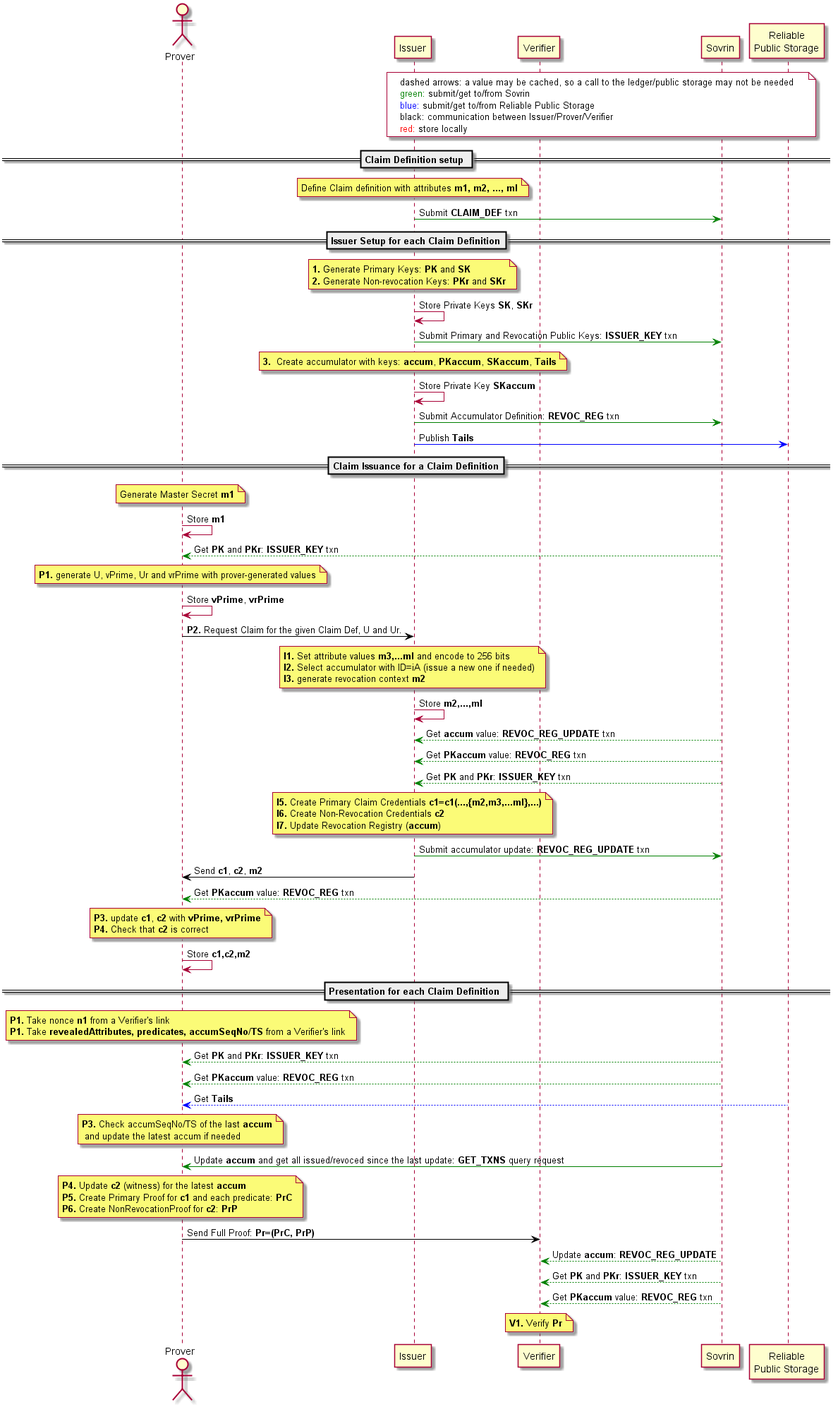
This is docs/diagrams/anoncred_seq.png from hyperledger-archives/indy-anoncreds, a PlantUML export, as it was before one commit.
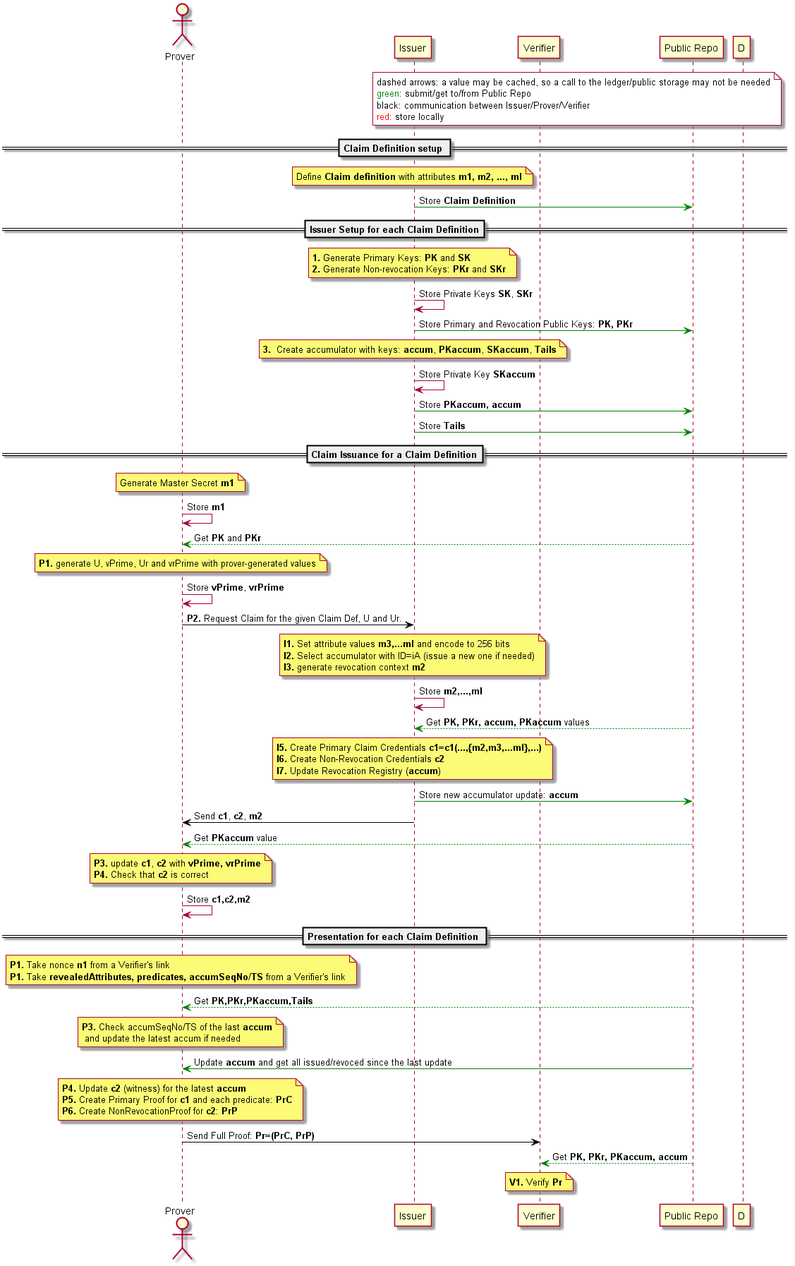
The same file after the commit.

What changed in the source:
```diff
@@ -2,22 +2,20 @@
 actor Prover as P
 participant "Issuer" as I
 participant "Verifier" as V
-participant "Sovrin" as S
-participant "Reliable\nPublic Storage" as D
+participant "Public Repo" as S
 
 note over I, D #white
     dashed arrows: a value may be cached, so a call to the ledger/public storage may not be needed
-    <font color=green>green:</font> submit/get to/from Sovrin
-    <font color=blue>blue:</font> submit/get to/from Reliable Public Storage
+    <font color=green>green:</font> submit/get to/from Public Repo
     black: communication between Issuer/Prover/Verifier
     <font color=red>red:</font> store locally
 endnote
 
 == Claim Definition setup ==
 
-note over I: Define Claim definition with attributes **m1, m2, ..., ml**
+note over I: Define **Claim definition** with attributes **m1, m2, ..., ml**
 
-I -[#green]> S: Submit **CLAIM_DEF** txn
+I -[#green]> S: Store **Claim Definition**
 
 == Issuer Setup for each Claim Definition==
 
@@ -25,16 +23,16 @@
 
 I -> I: Store Private Keys **SK**, **SKr**
 
-I -[#green]> S: Submit Primary and Revocation Public Keys: **ISSUER_KEY** txn
+I -[#green]> S: Store Primary and Revocation Public Keys: **PK, PKr**
 
 
 note over I:**3.**  Create accumulator with keys: **accum**, **PKaccum**, **SKaccum**, **Tails**
 
 I -> I: Store Private Key **SKaccum**
 
-I -[#green]> S: Submit Accumulator Definition: **REVOC_REG** txn
+I -[#green]> S: Store **PKaccum, accum**
 
-I -[#blue]> D: Publish **Tails**
+I -[#green]> S: Store **Tails**
 
 
 == Claim Issuance for a Claim Definition==
@@ -44,7 +42,7 @@
 
 P -> P: Store **m1**
 
-S -[#green]-> P: Get **PK** and **PKr**: **ISSUER_KEY** txn
+S -[#green]-> P: Get **PK** and **PKr**
 
 note over P: **P1.** generate U, vPrime, Ur and vrPrime with prover-generated values
 
@@ -60,11 +58,7 @@
 
 I -> I: Store **m2,...,ml**
 
-S -[#green]-> I: Get **accum** value: **REVOC_REG_UPDATE** txn
-
-S -[#green]-> I: Get **PKaccum** value: **REVOC_REG** txn
-
-S -[#green]-> I: Get **PK** and **PKr**: **ISSUER_KEY** txn
+S -[#green]-> I: Get **PK, PKr, accum, PKaccum** values
 
 
 note over I
@@ -73,11 +67,11 @@
     **I7.** Update Revocation Registry (**accum**)
 end note
 
-I -[#green]> S: Submit accumulator update: **REVOC_REG_UPDATE** txn
+I -[#green]> S: Store new accumulator update: **accum**
 
 I -[#black]> P: Send **c1**, **c2**, **m2**
 
-S -[#green]-> P: Get **PKaccum** value: **REVOC_REG** txn
+S -[#green]-> P: Get **PKaccum** value
 
 note over P
     **P3.** update **c1**, **c2** with **vPrime, vrPrime**
@@ -94,15 +88,11 @@
     **P1.** Take **revealedAttributes, predicates, accumSeqNo/TS** from a Verifier's link
 end note
 
-S -[#green]-> P: Get **PK** and **PKr**: **ISSUER_KEY** txn
-
-S -[#green]-> P: Get **PKaccum** value: **REVOC_REG** txn
-
-D -[#blue]-> P: Get **Tails**
+S -[#green]-> P: Get **PK,PKr,PKaccum,Tails**
 
 note over P: **P3.** Check accumSeqNo/TS of the last **accum**\n and update the latest accum if needed
 
-S -[#green]> P: Update **accum** and get all issued/revoced since the last update: **GET_TXNS** query request
+S -[#green]> P: Update **accum** and get all issued/revoced since the last update
 
 note over P
     **P4.** Update **c2** (witness) for the latest **accum**
@@ -112,11 +102,7 @@
 
 P -[#black]> V: Send Full Proof: **Pr=(PrC, PrP)**
 
-S -[#green]-> V: Update **accum**: **REVOC_REG_UPDATE**
-
-S -[#green]-> V: Get **PK** and **PKr**: **ISSUER_KEY** txn
-
-S -[#green]-> V: Get **PKaccum** value: **REVOC_REG** txn
+S -[#green]-> V: Get **PK, PKr, PKaccum, accum**
 
 note over V: **V1.** Verify **Pr**
 
```
